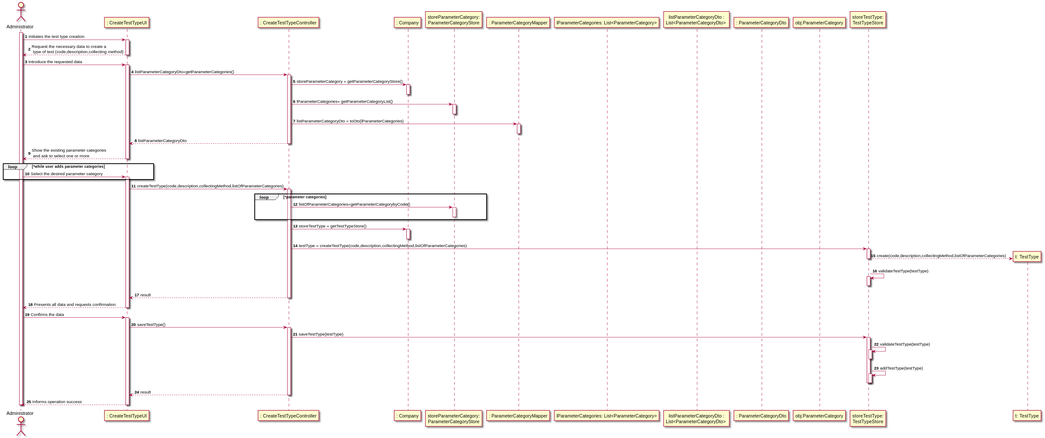
Earlier version of the PlantUML export docs/SprintB/US09/US09_SD.svg (manu-07-ela/LAPR2_ISEP).
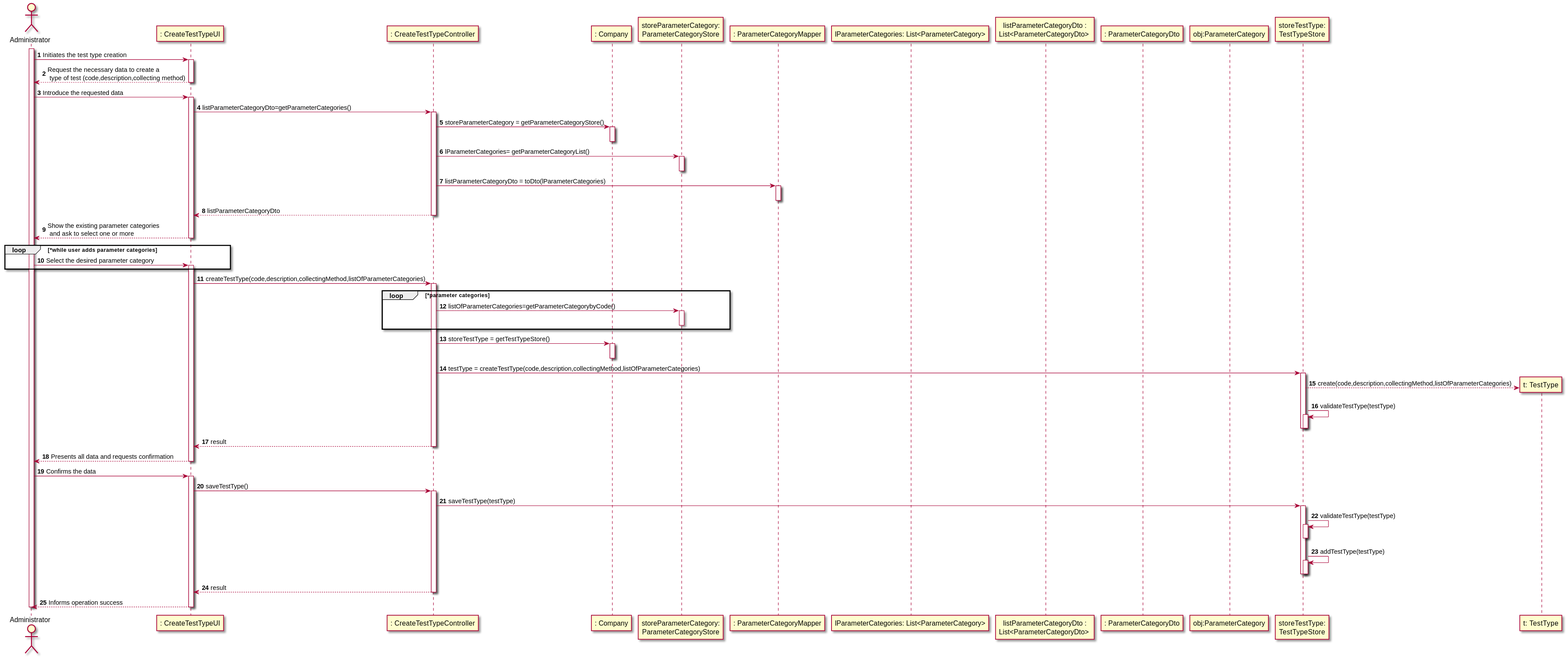
Above is the later version.

Change to the diagram source:
```diff
@@ -57,15 +57,14 @@
 CTRL -> str : testType = createTestType(code,description,collectingMethod,listOfParameterCategories)
 activate str
 str --> TT** : create(code,description,collectingMethod,listOfParameterCategories)
-deactivate str
 str-> str : validateTestType(testType)
 activate str
+deactivate str
 deactivate str
 CTRL --> UI: result
 deactivate CTRL
 UI --> Adm : Presents all data and requests confirmation
 deactivate UI
-
 Adm -> UI: Confirms the data
 activate UI
 UI -> CTRL: saveTestType()
```
